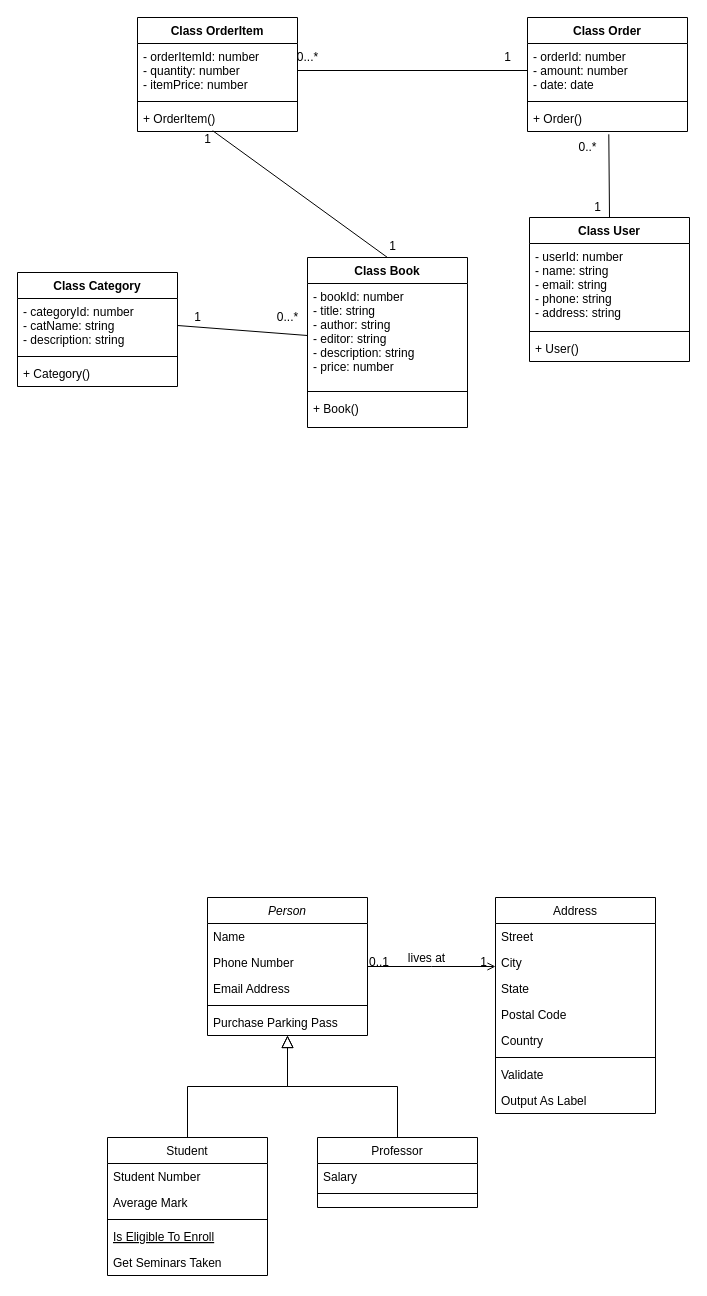
This is uml/class-diagram.drawio from zeherbelkacem/evaluation-business, a draw.io file, before an edit. Source tidied: cells renumbered, new cells numbered last; positions are measured from the earlier drawing's top-left corner, leaving out a move shared by most shapes. Both pictures are drawn from the tidied source at 100%, with x=0, y=0 at pixel (17, 17).
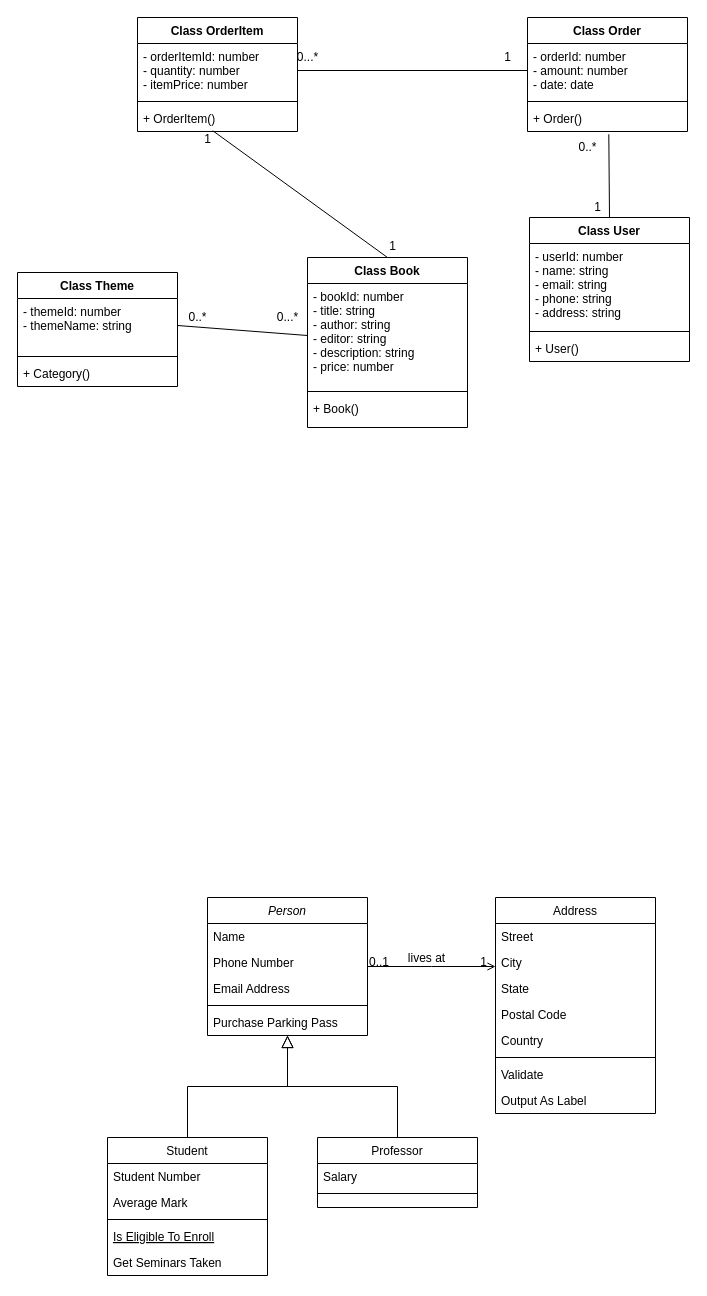
Above is the later version.

The edit, as a diff of the source:
```diff
@@
-    <mxCell id="40" value="Class Category" style="swimlane;fontStyle=1;align=center;verticalAlign=top;horizontal=1;startSize=26;" parent="1" vertex="1">
+    <mxCell id="40" value="Class Theme" style="swimlane;fontStyle=1;align=center;verticalAlign=top;horizontal=1;startSize=26;" parent="1" vertex="1">
       <mxGeometry y="255" width="160" height="114" as="geometry" />
     </mxCell>
-    <mxCell id="41" value="- categoryId: number&#10;- catName: string&#10;- description: string" style="text;strokeColor=none;fillColor=none;align=left;verticalAlign=top;spacingLeft=4;spacingRight=4;overflow=hidden;points=[[0,0.5],[1,0.5]];portConstraint=eastwest;" parent="40" vertex="1">
+    <mxCell id="41" value="- themeId: number&#10;- themeName: string" style="text;strokeColor=none;fillColor=none;align=left;verticalAlign=top;spacingLeft=4;spacingRight=4;overflow=hidden;points=[[0,0.5],[1,0.5]];portConstraint=eastwest;" parent="40" vertex="1">
       <mxGeometry y="26" width="160" height="54" as="geometry" />
     </mxCell>
@@
-    <mxCell id="63" value="1" style="text;html=1;align=center;verticalAlign=middle;strokeColor=none;fillColor=none;" parent="1" vertex="1">
-      <mxGeometry x="170" y="290" width="20" height="20" as="geometry" />
+    <mxCell id="63" value="0..*" style="text;html=1;align=center;verticalAlign=middle;strokeColor=none;fillColor=none;" parent="1" vertex="1">
+      <mxGeometry x="165" y="290" width="30" height="20" as="geometry" />
     </mxCell>
```
